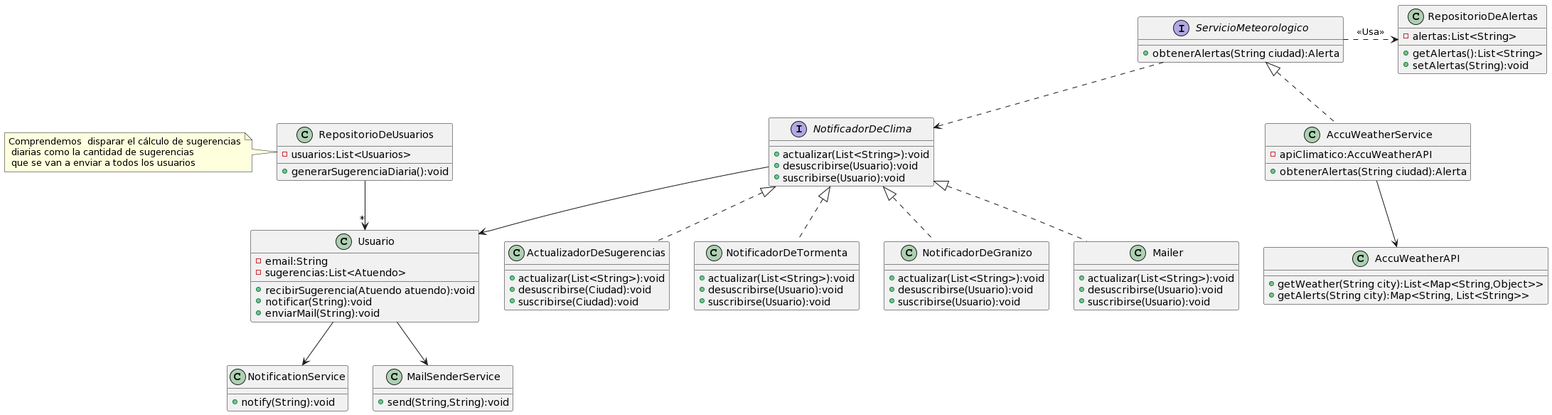
Above: DiagramaDeClases.png in Grupo-ddjs/QMP (PlantUML), before the change.
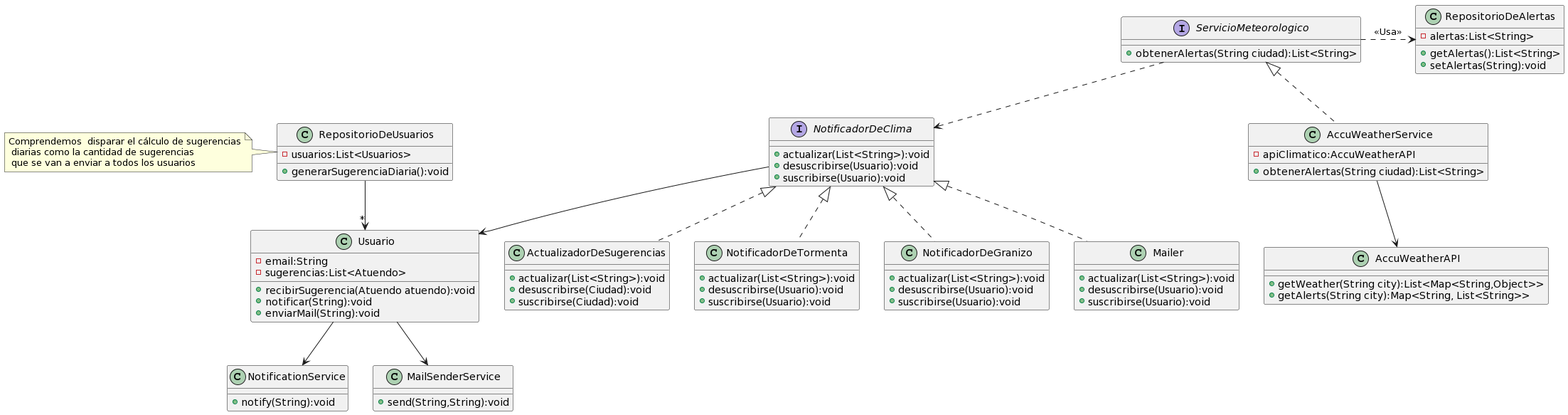
After the commit.

Diff of the diagram source:
```diff
@@ -27,7 +27,7 @@
 }
 
 interface ServicioMeteorologico {
-+obtenerAlertas(String ciudad):Alerta
++obtenerAlertas(String ciudad):List<String>
 }
 
 ServicioMeteorologico .right.> RepositorioDeAlertas:"<<Usa>>"
@@ -35,7 +35,7 @@
 
 class AccuWeatherService implements ServicioMeteorologico {
 -apiClimatico:AccuWeatherAPI
-+obtenerAlertas(String ciudad):Alerta
++obtenerAlertas(String ciudad):List<String>
 }
 
 AccuWeatherService --> AccuWeatherAPI
```
